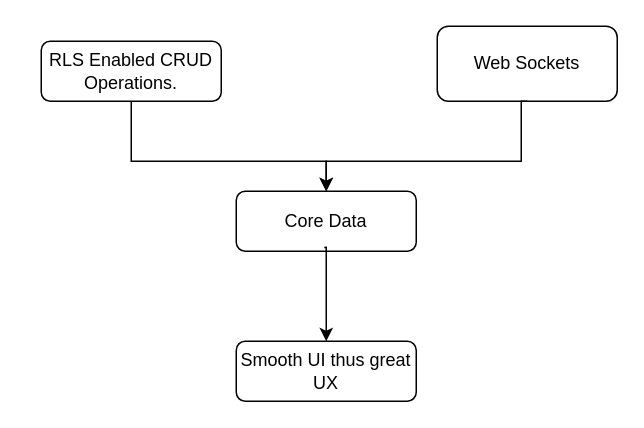
katlehoribisi/nextjs-blog keeps this draw.io diagram as Untitled Diagram.drawio. Above is the earlier version. Source tidied: cells renumbered, new cells numbered last; positions are measured from the earlier drawing's top-left corner, leaving out a move shared by most shapes. Both pictures are drawn from the tidied source at 150%, with x=0, y=0 at pixel (40, 26).
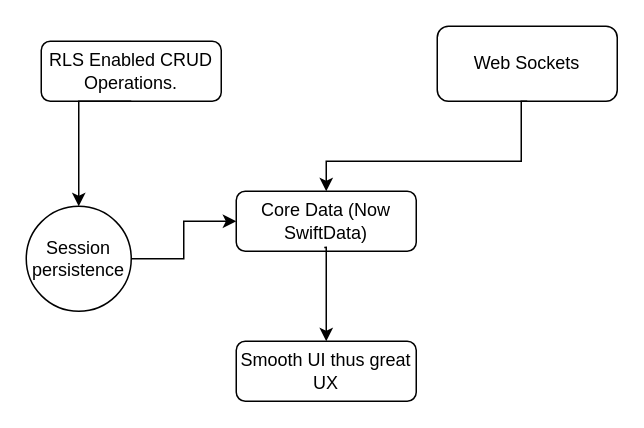
The same page after the edit.

Change to the diagram source:
```diff
@@
 <mxGraphModel>
   <root>
     <mxCell id="0" />
     <mxCell id="1" parent="0" />
     <mxCell id="2" value="RLS Enabled CRUD Operations." style="rounded=1;whiteSpace=wrap;html=1;fontSize=12;glass=0;strokeWidth=1;shadow=0;" parent="1" vertex="1">
       <mxGeometry y="10" width="120" height="40" as="geometry" />
     </mxCell>
-    <mxCell id="3" style="edgeStyle=orthogonalEdgeStyle;rounded=0;jettySize=auto;html=1;entryX=0.5;entryY=0;entryDx=0;entryDy=0;exitX=0.5;exitY=1;exitDx=0;exitDy=0;" parent="1" edge="1" source="2" target="4">
+    <mxCell id="3" style="edgeStyle=orthogonalEdgeStyle;rounded=0;jettySize=auto;html=1;exitX=0.5;exitY=1;exitDx=0;exitDy=0;entryX=0.5;entryY=0;entryDx=0;entryDy=0;" parent="1" edge="1" source="2" target="10">
       <mxGeometry relative="1" as="geometry">
         <Array as="points">
-          <mxPoint x="60" y="90" />
-          <mxPoint x="190" y="90" />
+          <mxPoint x="25" y="50" />
         </Array>
       </mxGeometry>
     </mxCell>
-    <mxCell id="4" value="Core Data" style="rounded=1;whiteSpace=wrap;html=1;fontSize=12;glass=0;strokeWidth=1;shadow=0;" parent="1" vertex="1">
+    <mxCell id="4" value="Core Data (Now SwiftData)" style="rounded=1;whiteSpace=wrap;html=1;fontSize=12;glass=0;strokeWidth=1;shadow=0;" parent="1" vertex="1">
       <mxGeometry x="130" y="110" width="120" height="40" as="geometry" />
     </mxCell>
     <mxCell id="5" value="Smooth UI thus great UX" style="rounded=1;whiteSpace=wrap;html=1;fontSize=12;glass=0;strokeWidth=1;shadow=0;" parent="1" vertex="1">
       <mxGeometry x="130" y="210" width="120" height="40" as="geometry" />
     </mxCell>
     <mxCell id="6" style="edgeStyle=orthogonalEdgeStyle;rounded=0;jettySize=auto;html=1;exitX=0.489;exitY=0.936;exitDx=0;exitDy=0;exitPerimeter=0;entryX=0.5;entryY=0;entryDx=0;entryDy=0;" parent="1" edge="1" source="4" target="5">
       <mxGeometry relative="1" as="geometry">
         <Array as="points">
           <mxPoint x="190" y="147" />
         </Array>
       </mxGeometry>
     </mxCell>
     <mxCell id="7" value="Web Sockets" style="rounded=1;whiteSpace=wrap;html=1;" parent="1" vertex="1">
       <mxGeometry x="264" width="120" height="50" as="geometry" />
     </mxCell>
     <mxCell id="8" style="edgeStyle=orthogonalEdgeStyle;rounded=0;jettySize=auto;html=1;entryX=0.5;entryY=0;entryDx=0;entryDy=0;exitX=0.5;exitY=1;exitDx=0;exitDy=0;" parent="1" edge="1" source="7" target="4">
       <mxGeometry relative="1" as="geometry">
         <Array as="points">
           <mxPoint x="320" y="90" />
           <mxPoint x="190" y="90" />
         </Array>
       </mxGeometry>
     </mxCell>
+    <mxCell id="9" style="edgeStyle=orthogonalEdgeStyle;rounded=0;jettySize=auto;html=1;" parent="1" edge="1" source="10" target="4">
+      <mxGeometry relative="1" as="geometry" />
+    </mxCell>
+    <mxCell id="10" value="Session persistence" style="ellipse;whiteSpace=wrap;html=1;" parent="1" vertex="1">
+      <mxGeometry x="-10" y="120" width="70" height="70" as="geometry" />
+    </mxCell>
   </root>
 </mxGraphModel>
```
